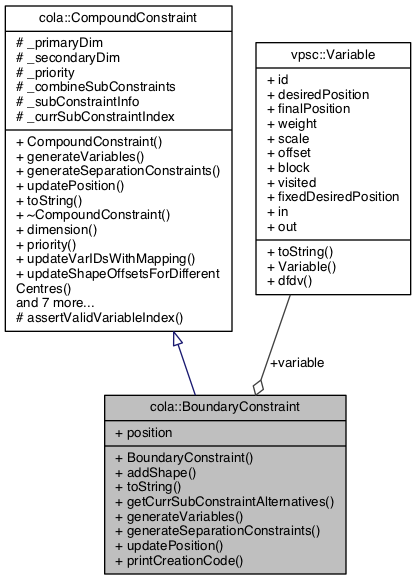
mjwybrow/adaptagrams keeps this Graphviz diagram as documentation/classcola_1_1BoundaryConstraint__coll__graph.png. Above is the earlier version. Its source is kept beside it as documentation/classcola_1_1BoundaryConstraint__coll__graph.dot.
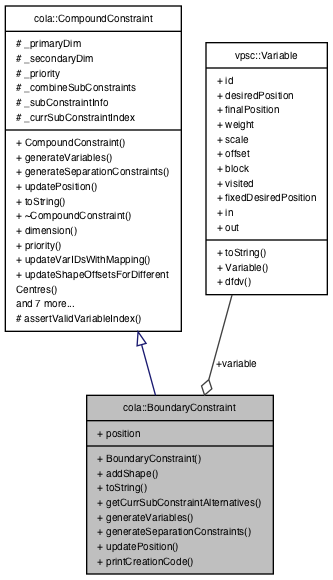
The same file after the commit.

What changed in the source:
```diff
@@ -2,9 +2,9 @@
 {
   edge [fontname="Helvetica",fontsize="10",labelfontname="Helvetica",labelfontsize="10"];
   node [fontname="Helvetica",fontsize="10",shape=record];
-  Node1 [label="{cola::BoundaryConstraint\n|+ position\l|+ BoundaryConstraint()\l+ addShape()\l+ toString()\l+ getCurrSubConstraintAlternatives()\l+ generateVariables()\l+ generateSeparationConstraints()\l+ updatePosition()\l+ printCreationCode()\l}",height=0.2,width=0.4,color="black", fillcolor="grey75", style="filled", fontcolor="black"];
-  Node2 -> Node1 [dir="back",color="midnightblue",fontsize="10",style="solid",arrowtail="onormal",fontname="Helvetica"];
-  Node2 [label="{cola::CompoundConstraint\n|# _primaryDim\l# _secondaryDim\l# _priority\l# _combineSubConstraints\l# _subConstraintInfo\l# _currSubConstraintIndex\l|+ CompoundConstraint()\l+ generateVariables()\l+ generateSeparationConstraints()\l+ updatePosition()\l+ toString()\l+ ~CompoundConstraint()\l+ dimension()\l+ priority()\l+ updateVarIDsWithMapping()\l+ updateShapeOffsetsForDifferent\lCentres()\land 7 more...\l# assertValidVariableIndex()\l}",height=0.2,width=0.4,color="black", fillcolor="white", style="filled",URL="$classcola_1_1CompoundConstraint.html",tooltip="An abstract base class for all high-level compound constraints. "];
-  Node3 -> Node1 [color="grey25",fontsize="10",style="solid",label=" +variable" ,arrowhead="odiamond",fontname="Helvetica"];
-  Node3 [label="{vpsc::Variable\n|+ id\l+ desiredPosition\l+ finalPosition\l+ weight\l+ scale\l+ offset\l+ block\l+ visited\l+ fixedDesiredPosition\l+ in\l+ out\l|+ toString()\l+ Variable()\l+ dfdv()\l}",height=0.2,width=0.4,color="black", fillcolor="white", style="filled",URL="$classvpsc_1_1Variable.html",tooltip="A variable is comprised of an ideal position, final position and a weight. "];
+  Node2 [label="{cola::BoundaryConstraint\n|+ position\l|+ BoundaryConstraint()\l+ addShape()\l+ toString()\l+ getCurrSubConstraintAlternatives()\l+ generateVariables()\l+ generateSeparationConstraints()\l+ updatePosition()\l+ printCreationCode()\l}",height=0.2,width=0.4,color="black", fillcolor="grey75", style="filled", fontcolor="black"];
+  Node3 -> Node2 [dir="back",color="midnightblue",fontsize="10",style="solid",arrowtail="onormal",fontname="Helvetica"];
+  Node3 [label="{cola::CompoundConstraint\n|# _primaryDim\l# _secondaryDim\l# _priority\l# _combineSubConstraints\l# _subConstraintInfo\l# _currSubConstraintIndex\l|+ CompoundConstraint()\l+ generateVariables()\l+ generateSeparationConstraints()\l+ updatePosition()\l+ toString()\l+ ~CompoundConstraint()\l+ dimension()\l+ priority()\l+ updateVarIDsWithMapping()\l+ updateShapeOffsetsForDifferent\lCentres()\land 7 more...\l# assertValidVariableIndex()\l}",height=0.2,width=0.4,color="black", fillcolor="white", style="filled",URL="$classcola_1_1CompoundConstraint.html",tooltip="An abstract base class for all high-level compound constraints. "];
+  Node4 -> Node2 [color="grey25",fontsize="10",style="solid",label=" +variable" ,arrowhead="odiamond",fontname="Helvetica"];
+  Node4 [label="{vpsc::Variable\n|+ id\l+ desiredPosition\l+ finalPosition\l+ weight\l+ scale\l+ offset\l+ block\l+ visited\l+ fixedDesiredPosition\l+ in\l+ out\l|+ toString()\l+ Variable()\l+ dfdv()\l}",height=0.2,width=0.4,color="black", fillcolor="white", style="filled",URL="$classvpsc_1_1Variable.html",tooltip="A variable is comprised of an ideal position, final position and a weight. "];
 }
```
